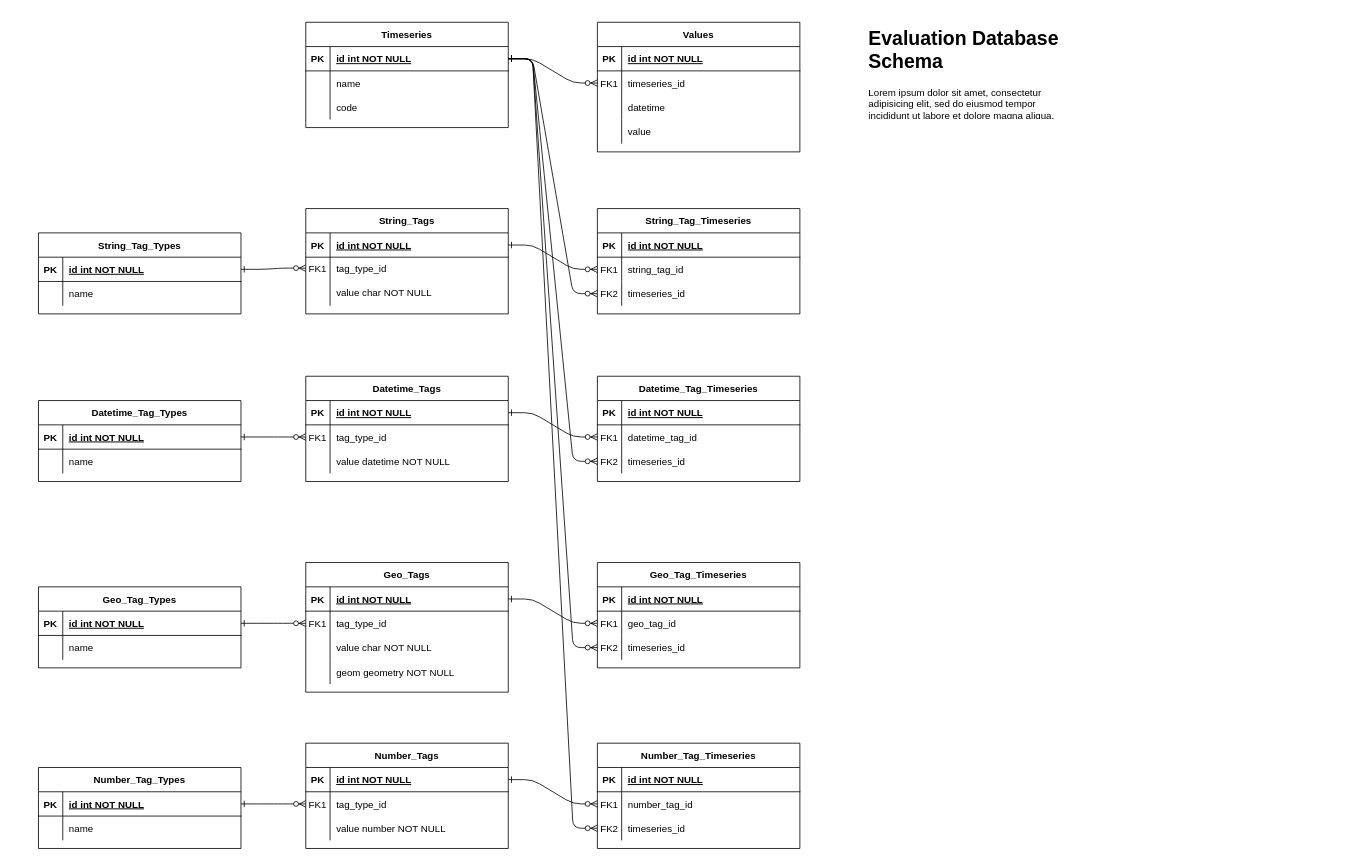
This is docs/schema.drawio from RTIInternational/hydro-evaluation, a draw.io file, before an edit. Source tidied: cells renumbered, new cells numbered last; positions are measured from the earlier drawing's top-left corner, leaving out a move shared by most shapes. Both pictures are drawn from the tidied source at 81%, with x=0, y=0 at pixel (38, 22).
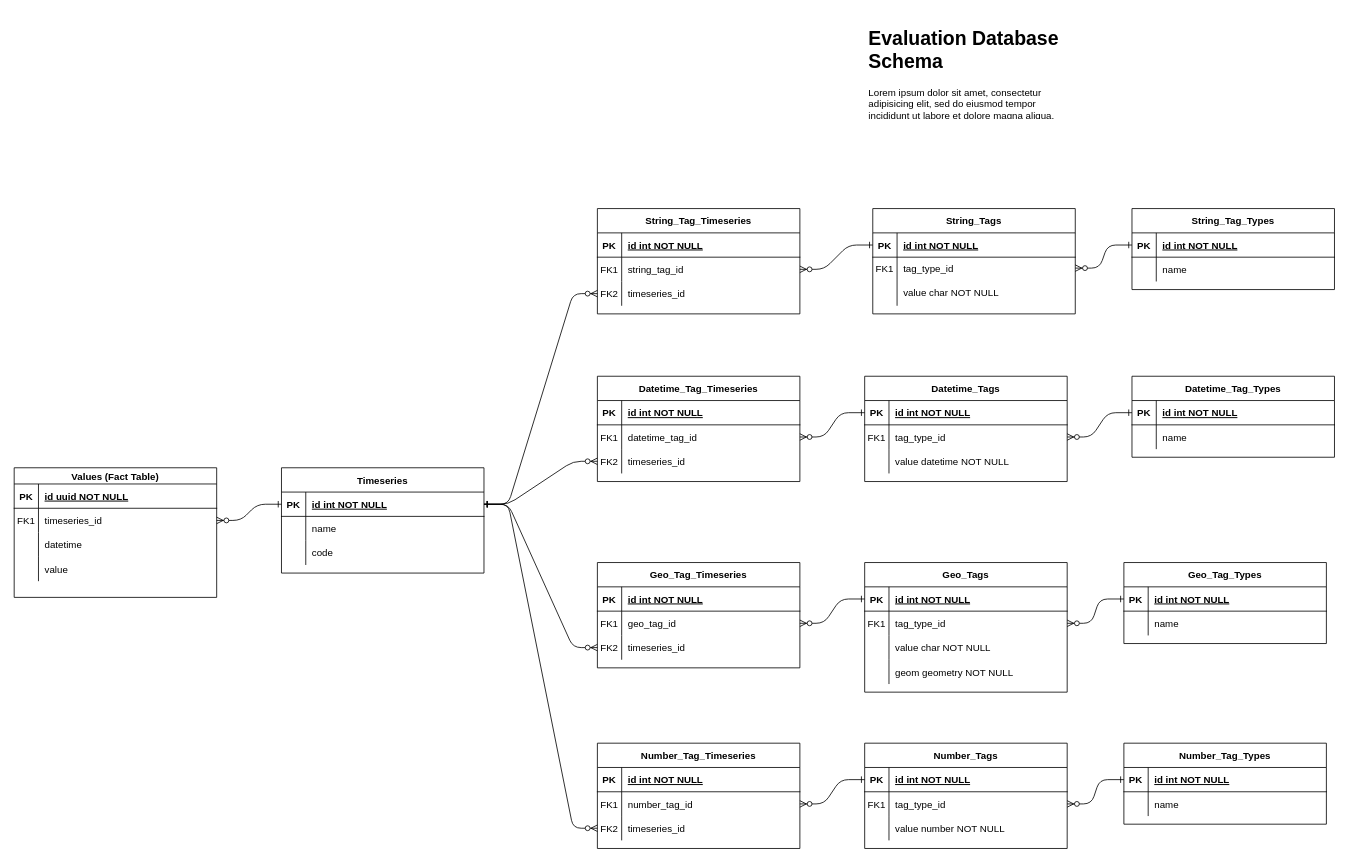
After the change.

Commit message:
Rework schema.drawio to be more fact-table oriented

The change refers to these unchanged cells:
```xml
<mxCell id="27" style="shape=partialRectangle;fillColor=none;points=[[0,0.5],[1,0.5]];portConstraint=eastwest;top=0;left=0;right=0;bottom=1;" parent="26" vertex="1">
  <mxGeometry y="30" width="250" height="30" as="geometry" />
</mxCell>
<mxCell id="34" style="shape=partialRectangle;fillColor=none;points=[[0,0.5],[1,0.5]];portConstraint=eastwest;top=0;left=0;right=0;bottom=1;" parent="33" vertex="1">
  <mxGeometry y="30" width="250" height="30" as="geometry" />
</mxCell>
<mxCell id="37" style="shape=partialRectangle;fillColor=none;points=[[0,0.5],[1,0.5]];portConstraint=eastwest;top=0;left=0;right=0;bottom=0;" parent="33" vertex="1">
  <mxGeometry y="60" width="250" height="27" as="geometry" />
</mxCell>
<mxCell id="47" style="shape=partialRectangle;fillColor=none;points=[[0,0.5],[1,0.5]];portConstraint=eastwest;top=0;left=0;right=0;bottom=0;" parent="43" vertex="1">
  <mxGeometry y="60" width="250" height="30" as="geometry" />
</mxCell>
<mxCell id="57" style="shape=partialRectangle;fillColor=none;points=[[0,0.5],[1,0.5]];portConstraint=eastwest;top=0;left=0;right=0;bottom=1;" parent="56" vertex="1">
  <mxGeometry y="30" width="250" height="30" as="geometry" />
</mxCell>
<mxCell id="64" style="shape=partialRectangle;fillColor=none;points=[[0,0.5],[1,0.5]];portConstraint=eastwest;top=0;left=0;right=0;bottom=1;" parent="63" vertex="1">
  <mxGeometry y="30" width="250" height="30" as="geometry" />
</mxCell>
<mxCell id="67" style="shape=partialRectangle;fillColor=none;points=[[0,0.5],[1,0.5]];portConstraint=eastwest;top=0;left=0;right=0;bottom=0;" parent="63" vertex="1">
  <mxGeometry y="60" width="250" height="30" as="geometry" />
</mxCell>
<mxCell id="77" style="shape=partialRectangle;fillColor=none;points=[[0,0.5],[1,0.5]];portConstraint=eastwest;top=0;left=0;right=0;bottom=0;" parent="73" vertex="1">
  <mxGeometry y="60" width="250" height="30" as="geometry" />
</mxCell>
<mxCell id="87" style="shape=partialRectangle;fillColor=none;points=[[0,0.5],[1,0.5]];portConstraint=eastwest;top=0;left=0;right=0;bottom=1;" parent="86" vertex="1">
  <mxGeometry y="30" width="250" height="30" as="geometry" />
</mxCell>
<mxCell id="94" style="shape=partialRectangle;fillColor=none;points=[[0,0.5],[1,0.5]];portConstraint=eastwest;top=0;left=0;right=0;bottom=1;" parent="93" vertex="1">
  <mxGeometry y="30" width="250" height="30" as="geometry" />
</mxCell>
<mxCell id="97" style="shape=partialRectangle;fillColor=none;points=[[0,0.5],[1,0.5]];portConstraint=eastwest;top=0;left=0;right=0;bottom=0;" parent="93" vertex="1">
  <mxGeometry y="60" width="250" height="30" as="geometry" />
</mxCell>
<mxCell id="110" style="shape=partialRectangle;fillColor=none;points=[[0,0.5],[1,0.5]];portConstraint=eastwest;top=0;left=0;right=0;bottom=0;" parent="106" vertex="1">
  <mxGeometry y="60" width="250" height="30" as="geometry" />
</mxCell>
<mxCell id="120" style="shape=partialRectangle;fillColor=none;points=[[0,0.5],[1,0.5]];portConstraint=eastwest;top=0;left=0;right=0;bottom=1;" parent="119" vertex="1">
  <mxGeometry y="30" width="250" height="30" as="geometry" />
</mxCell>
<mxCell id="127" style="shape=partialRectangle;fillColor=none;points=[[0,0.5],[1,0.5]];portConstraint=eastwest;top=0;left=0;right=0;bottom=1;" parent="126" vertex="1">
  <mxGeometry y="30" width="250" height="30" as="geometry" />
</mxCell>
<mxCell id="130" style="shape=partialRectangle;fillColor=none;points=[[0,0.5],[1,0.5]];portConstraint=eastwest;top=0;left=0;right=0;bottom=0;" parent="126" vertex="1">
  <mxGeometry y="60" width="250" height="30" as="geometry" />
</mxCell>
<mxCell id="140" style="shape=partialRectangle;fillColor=none;points=[[0,0.5],[1,0.5]];portConstraint=eastwest;top=0;left=0;right=0;bottom=0;" parent="136" vertex="1">
  <mxGeometry y="60" width="250" height="30" as="geometry" />
</mxCell>
```

Change to the diagram source:
```diff
@@
-    <mxCell id="3" value="Values" style="shape=table;startSize=30;childLayout=tableLayout;rowLines=0;fontStyle=1;align=center;" parent="1" vertex="1">
-      <mxGeometry x="690" width="250" height="160" as="geometry" />
+    <mxCell id="3" value="Values (Fact Table)" style="shape=table;startSize=20;childLayout=tableLayout;rowLines=0;fontStyle=1;align=center;" parent="1" vertex="1">
+      <mxGeometry x="-30" y="550" width="250" height="160" as="geometry" />
     </mxCell>
     <mxCell id="4" style="shape=partialRectangle;fillColor=none;top=0;left=0;right=0;bottom=1;" parent="3" vertex="1">
-      <mxGeometry y="30" width="250" height="30" as="geometry" />
+      <mxGeometry y="20" width="250" height="30" as="geometry" />
     </mxCell>
@@
-    <mxCell id="6" value="id int NOT NULL " style="shape=partialRectangle;overflow=hidden;fillColor=none;top=0;left=0;bottom=0;right=0;align=left;spacingLeft=6;fontStyle=5;" parent="4" vertex="1">
+    <mxCell id="6" value="id uuid NOT NULL " style="shape=partialRectangle;overflow=hidden;fillColor=none;top=0;left=0;bottom=0;right=0;align=left;spacingLeft=6;fontStyle=5;" parent="4" vertex="1">
       <mxGeometry x="30" width="220" height="30" as="geometry" />
     </mxCell>
     <mxCell id="7" style="shape=partialRectangle;fillColor=none;points=[[0,0.5],[1,0.5]];portConstraint=eastwest;top=0;left=0;right=0;bottom=0;" parent="3" vertex="1">
-      <mxGeometry y="60" width="250" height="30" as="geometry" />
+      <mxGeometry y="50" width="250" height="30" as="geometry" />
     </mxCell>
@@
     <mxCell id="10" style="shape=partialRectangle;fillColor=none;top=0;left=0;right=0;bottom=0;" parent="3" vertex="1">
-      <mxGeometry y="90" width="250" height="30" as="geometry" />
+      <mxGeometry y="80" width="250" height="30" as="geometry" />
     </mxCell>
@@
     <mxCell id="13" style="shape=partialRectangle;fillColor=none;top=0;left=0;right=0;bottom=0;" parent="3" vertex="1">
-      <mxGeometry y="120" width="250" height="30" as="geometry" />
+      <mxGeometry y="110" width="250" height="30" as="geometry" />
     </mxCell>
@@
     <mxCell id="16" value="Timeseries" style="shape=table;startSize=30;childLayout=tableLayout;rowLines=0;fontStyle=1;align=center;" parent="1" vertex="1">
-      <mxGeometry x="330" width="250" height="130" as="geometry" />
+      <mxGeometry x="300" y="550" width="250" height="130" as="geometry" />
     </mxCell>
@@
     <mxCell id="26" value="String_Tag_Types" style="shape=table;startSize=30;childLayout=tableLayout;rowLines=0;fontStyle=1;align=center;" parent="1" vertex="1">
-      <mxGeometry y="260" width="250" height="100" as="geometry" />
+      <mxGeometry x="1350" y="230" width="250" height="100" as="geometry" />
     </mxCell>
@@
     <mxCell id="33" value="String_Tags" style="shape=table;startSize=30;childLayout=tableLayout;rowLines=0;fontStyle=1;align=center;" parent="1" vertex="1">
-      <mxGeometry x="330" y="230" width="250" height="130" as="geometry" />
+      <mxGeometry x="1030" y="230" width="250" height="130" as="geometry" />
     </mxCell>
@@
-    <mxCell id="53" style="edgeStyle=entityRelationEdgeStyle;endArrow=ERzeroToMany;startArrow=ERone;endFill=1;startFill=0;entryX=0;entryY=0.5;entryDx=0;entryDy=0;exitX=1;exitY=0.5;exitDx=0;exitDy=0;" parent="1" edge="1" source="27" target="37">
+    <mxCell id="53" style="edgeStyle=entityRelationEdgeStyle;endArrow=ERzeroToMany;startArrow=ERone;endFill=1;startFill=0;entryX=1;entryY=0.5;entryDx=0;entryDy=0;exitX=0;exitY=0.5;exitDx=0;exitDy=0;" parent="1" edge="1" source="27" target="37">
       <mxGeometry relative="1" as="geometry" />
     </mxCell>
-    <mxCell id="54" style="edgeStyle=entityRelationEdgeStyle;endArrow=ERzeroToMany;startArrow=ERone;endFill=1;startFill=0;entryX=0;entryY=0.5;entryDx=0;entryDy=0;exitX=1;exitY=0.5;exitDx=0;exitDy=0;" parent="1" edge="1" source="34" target="47">
+    <mxCell id="54" style="edgeStyle=entityRelationEdgeStyle;endArrow=ERzeroToMany;startArrow=ERone;endFill=1;startFill=0;entryX=1;entryY=0.5;entryDx=0;entryDy=0;exitX=0;exitY=0.5;exitDx=0;exitDy=0;" parent="1" edge="1" source="34" target="47">
       <mxGeometry relative="1" as="geometry" />
     </mxCell>
@@
     <mxCell id="56" value="Datetime_Tag_Types" style="shape=table;startSize=30;childLayout=tableLayout;rowLines=0;fontStyle=1;align=center;" parent="1" vertex="1">
-      <mxGeometry y="467" width="250" height="100" as="geometry" />
+      <mxGeometry x="1350" y="437" width="250" height="100" as="geometry" />
     </mxCell>
@@
     <mxCell id="63" value="Datetime_Tags" style="shape=table;startSize=30;childLayout=tableLayout;rowLines=0;fontStyle=1;align=center;" parent="1" vertex="1">
-      <mxGeometry x="330" y="437" width="250" height="130" as="geometry" />
+      <mxGeometry x="1020" y="437" width="250" height="130" as="geometry" />
     </mxCell>
@@
-    <mxCell id="83" style="edgeStyle=entityRelationEdgeStyle;endArrow=ERzeroToMany;startArrow=ERone;endFill=1;startFill=0;entryX=0;entryY=0.5;entryDx=0;entryDy=0;exitX=1;exitY=0.5;exitDx=0;exitDy=0;" parent="1" edge="1" source="57" target="67">
+    <mxCell id="83" style="edgeStyle=entityRelationEdgeStyle;endArrow=ERzeroToMany;startArrow=ERone;endFill=1;startFill=0;entryX=1;entryY=0.5;entryDx=0;entryDy=0;exitX=0;exitY=0.5;exitDx=0;exitDy=0;" parent="1" edge="1" source="57" target="67">
       <mxGeometry relative="1" as="geometry" />
     </mxCell>
@@
-    <mxCell id="85" style="edgeStyle=entityRelationEdgeStyle;endArrow=ERzeroToMany;startArrow=ERone;endFill=1;startFill=0;entryX=0;entryY=0.5;entryDx=0;entryDy=0;exitX=1;exitY=0.5;exitDx=0;exitDy=0;" parent="1" edge="1" source="64" target="77">
+    <mxCell id="85" style="edgeStyle=entityRelationEdgeStyle;endArrow=ERzeroToMany;startArrow=ERone;endFill=1;startFill=0;entryX=1;entryY=0.5;entryDx=0;entryDy=0;exitX=0;exitY=0.5;exitDx=0;exitDy=0;" parent="1" edge="1" source="64" target="77">
       <mxGeometry relative="1" as="geometry" />
     </mxCell>
     <mxCell id="86" value="Geo_Tag_Types" style="shape=table;startSize=30;childLayout=tableLayout;rowLines=0;fontStyle=1;align=center;" parent="1" vertex="1">
-      <mxGeometry y="697" width="250" height="100" as="geometry" />
+      <mxGeometry x="1340" y="667" width="250" height="100" as="geometry" />
     </mxCell>
@@
     <mxCell id="93" value="Geo_Tags" style="shape=table;startSize=30;childLayout=tableLayout;rowLines=0;fontStyle=1;align=center;" parent="1" vertex="1">
-      <mxGeometry x="330" y="667" width="250" height="160" as="geometry" />
+      <mxGeometry x="1020" y="667" width="250" height="160" as="geometry" />
     </mxCell>
@@
-    <mxCell id="116" style="edgeStyle=entityRelationEdgeStyle;endArrow=ERzeroToMany;startArrow=ERone;endFill=1;startFill=0;entryX=0;entryY=0.5;entryDx=0;entryDy=0;exitX=1;exitY=0.5;exitDx=0;exitDy=0;" parent="1" edge="1" source="87" target="97">
+    <mxCell id="116" style="edgeStyle=entityRelationEdgeStyle;endArrow=ERzeroToMany;startArrow=ERone;endFill=1;startFill=0;entryX=1;entryY=0.5;entryDx=0;entryDy=0;exitX=0;exitY=0.5;exitDx=0;exitDy=0;" parent="1" edge="1" source="87" target="97">
       <mxGeometry relative="1" as="geometry" />
     </mxCell>
-    <mxCell id="117" style="edgeStyle=entityRelationEdgeStyle;endArrow=ERzeroToMany;startArrow=ERone;endFill=1;startFill=0;entryX=0;entryY=0.5;entryDx=0;entryDy=0;exitX=1;exitY=0.5;exitDx=0;exitDy=0;" parent="1" edge="1" source="94" target="110">
+    <mxCell id="117" style="edgeStyle=entityRelationEdgeStyle;endArrow=ERzeroToMany;startArrow=ERone;endFill=1;startFill=0;entryX=1;entryY=0.5;entryDx=0;entryDy=0;exitX=0;exitY=0.5;exitDx=0;exitDy=0;" parent="1" edge="1" source="94" target="110">
       <mxGeometry relative="1" as="geometry" />
     </mxCell>
@@
     <mxCell id="119" value="Number_Tag_Types" style="shape=table;startSize=30;childLayout=tableLayout;rowLines=0;fontStyle=1;align=center;" parent="1" vertex="1">
-      <mxGeometry y="920" width="250" height="100" as="geometry" />
+      <mxGeometry x="1340" y="890" width="250" height="100" as="geometry" />
     </mxCell>
@@
     <mxCell id="126" value="Number_Tags" style="shape=table;startSize=30;childLayout=tableLayout;rowLines=0;fontStyle=1;align=center;" parent="1" vertex="1">
-      <mxGeometry x="330" y="890" width="250" height="130" as="geometry" />
+      <mxGeometry x="1020" y="890" width="250" height="130" as="geometry" />
     </mxCell>
@@
-    <mxCell id="146" style="edgeStyle=entityRelationEdgeStyle;endArrow=ERzeroToMany;startArrow=ERone;endFill=1;startFill=0;entryX=0;entryY=0.5;entryDx=0;entryDy=0;exitX=1;exitY=0.5;exitDx=0;exitDy=0;" parent="1" edge="1" source="120" target="130">
+    <mxCell id="146" style="edgeStyle=entityRelationEdgeStyle;endArrow=ERzeroToMany;startArrow=ERone;endFill=1;startFill=0;entryX=1;entryY=0.5;entryDx=0;entryDy=0;exitX=0;exitY=0.5;exitDx=0;exitDy=0;" parent="1" edge="1" source="120" target="130">
       <mxGeometry relative="1" as="geometry" />
     </mxCell>
-    <mxCell id="147" style="edgeStyle=entityRelationEdgeStyle;endArrow=ERzeroToMany;startArrow=ERone;endFill=1;startFill=0;entryX=0;entryY=0.5;entryDx=0;entryDy=0;exitX=1;exitY=0.5;exitDx=0;exitDy=0;" parent="1" edge="1" source="127" target="140">
+    <mxCell id="147" style="edgeStyle=entityRelationEdgeStyle;endArrow=ERzeroToMany;startArrow=ERone;endFill=1;startFill=0;entryX=1;entryY=0.5;entryDx=0;entryDy=0;exitX=0;exitY=0.5;exitDx=0;exitDy=0;" parent="1" edge="1" source="127" target="140">
       <mxGeometry relative="1" as="geometry" />
     </mxCell>
```
